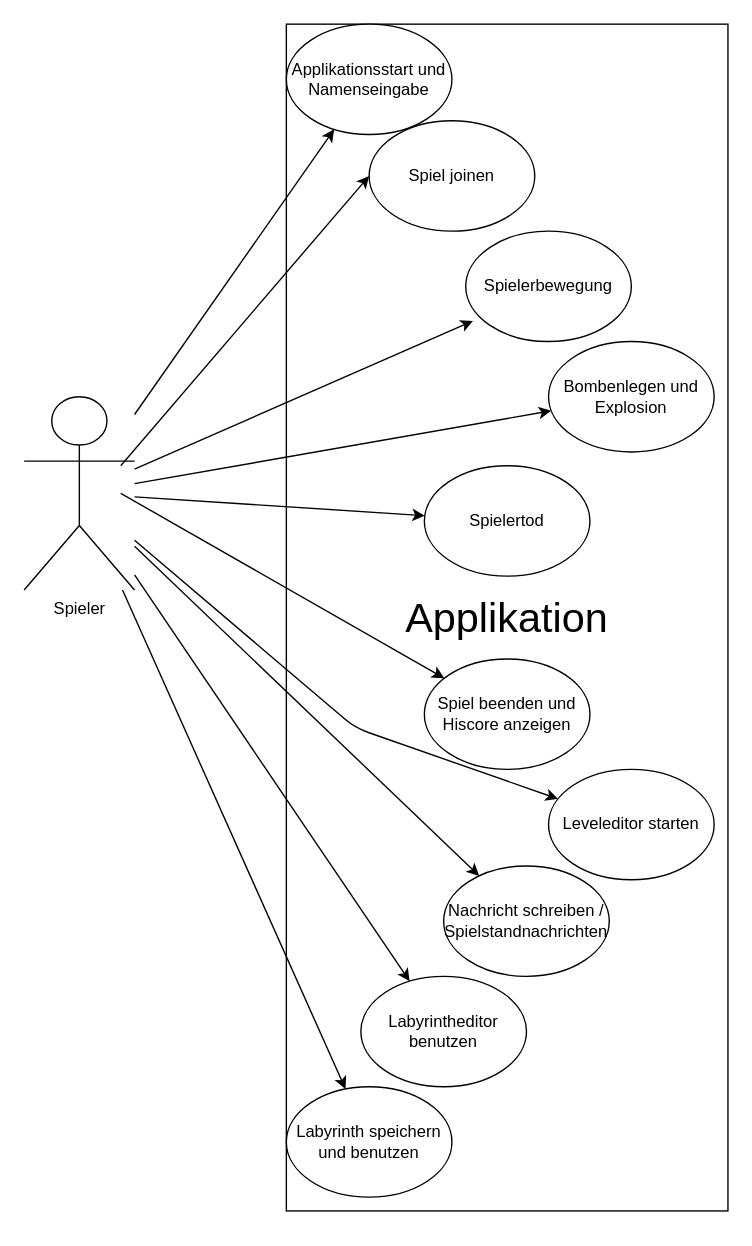
This is uml/Use Case M326.drawio from seb-swsscm/M326, a draw.io file, before an edit. Source tidied: cells renumbered, new cells numbered last; positions are measured from the earlier drawing's top-left corner, leaving out a move shared by most shapes. Both pictures are drawn from the tidied source at 138%, with x=0, y=0 at pixel (23, 23).
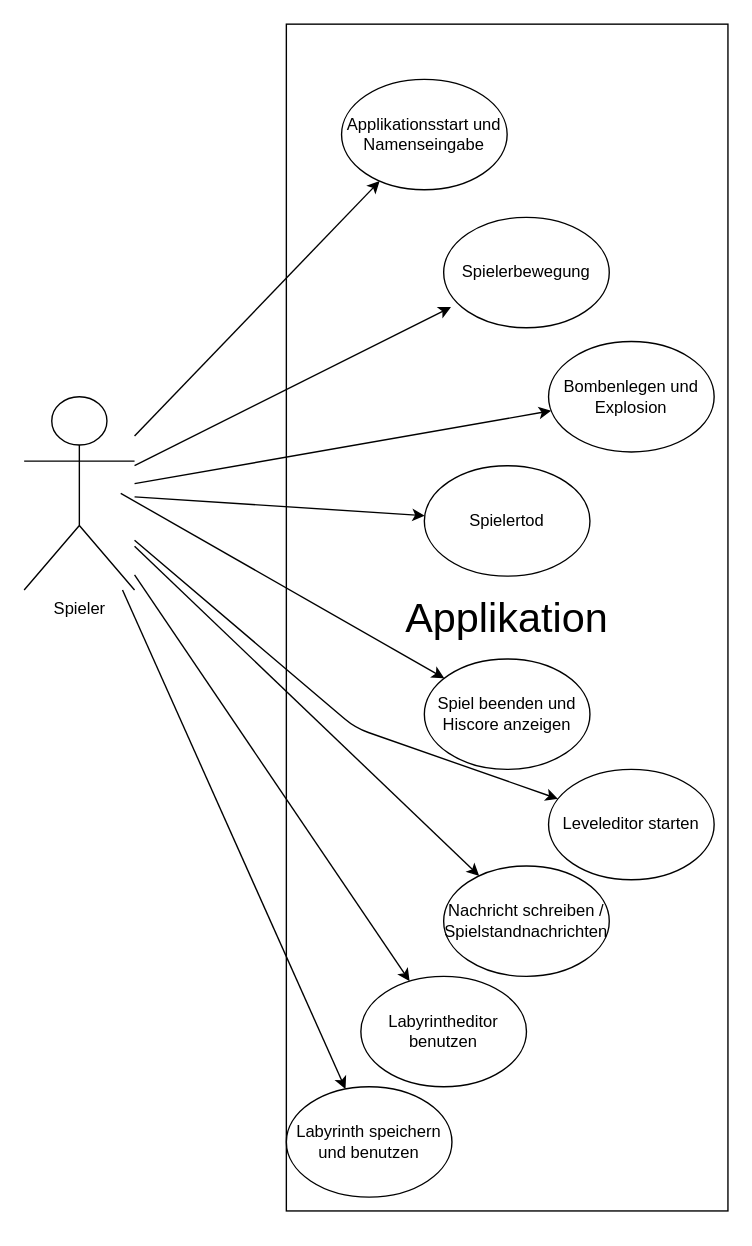
Above is the later version.

What changed in the source:
```diff
@@
     <mxCell id="6" value="Spielerbewegung" style="ellipse;whiteSpace=wrap;html=1;" parent="1" vertex="1">
-      <mxGeometry x="320" y="150" width="120" height="80" as="geometry" />
+      <mxGeometry x="304" y="140" width="120" height="80" as="geometry" />
     </mxCell>
-    <mxCell id="7" value="Spiel joinen" style="ellipse;whiteSpace=wrap;html=1;" parent="1" vertex="1">
-      <mxGeometry x="250" y="70" width="120" height="80" as="geometry" />
-    </mxCell>
     <mxCell id="8" value="Applikationsstart und Namenseingabe" style="ellipse;whiteSpace=wrap;html=1;" parent="1" vertex="1">
-      <mxGeometry x="190" width="120" height="80" as="geometry" />
+      <mxGeometry x="230" y="40" width="120" height="80" as="geometry" />
     </mxCell>
@@
-    <mxCell id="16" style="endArrow=classic;html=1;entryX=0;entryY=0.5;entryDx=0;entryDy=0;" parent="1" edge="1" target="7">
-      <mxGeometry relative="1" as="geometry">
-        <mxPoint x="70" y="320" as="sourcePoint" />
-      </mxGeometry>
-    </mxCell>
```
